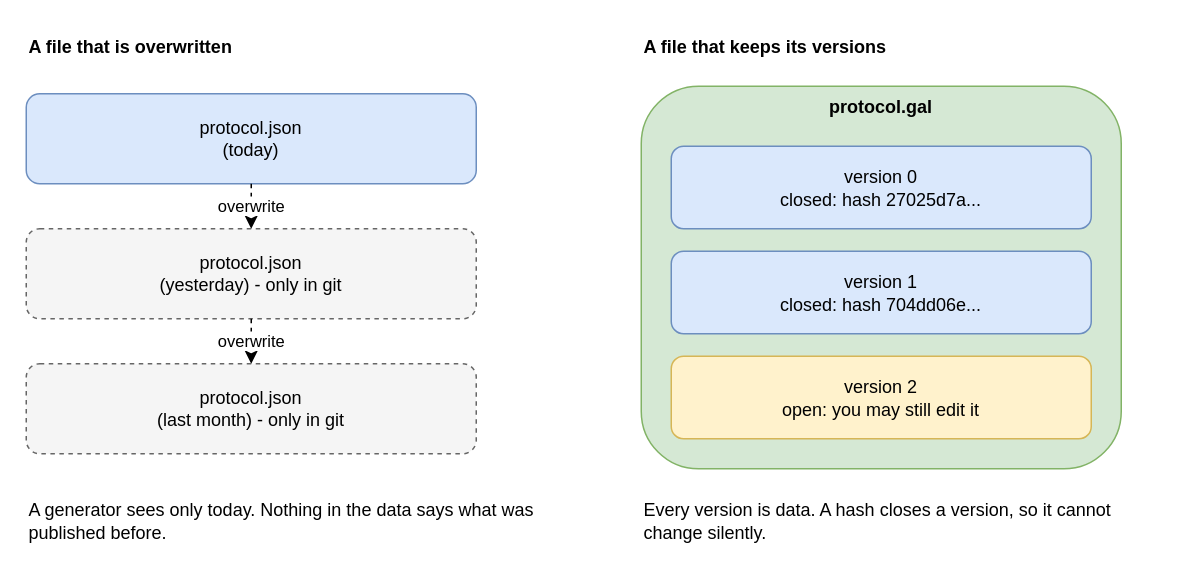
goloveshin/galimatron_doc keeps this draw.io diagram as drawio/02_history_in_data.drawio. Above is the earlier version. Source tidied: cells renumbered, new cells numbered last; positions are measured from the earlier drawing's top-left corner, leaving out a move shared by most shapes. Both pictures are drawn from the tidied source at 150%, with x=0, y=0 at pixel (26, 26).
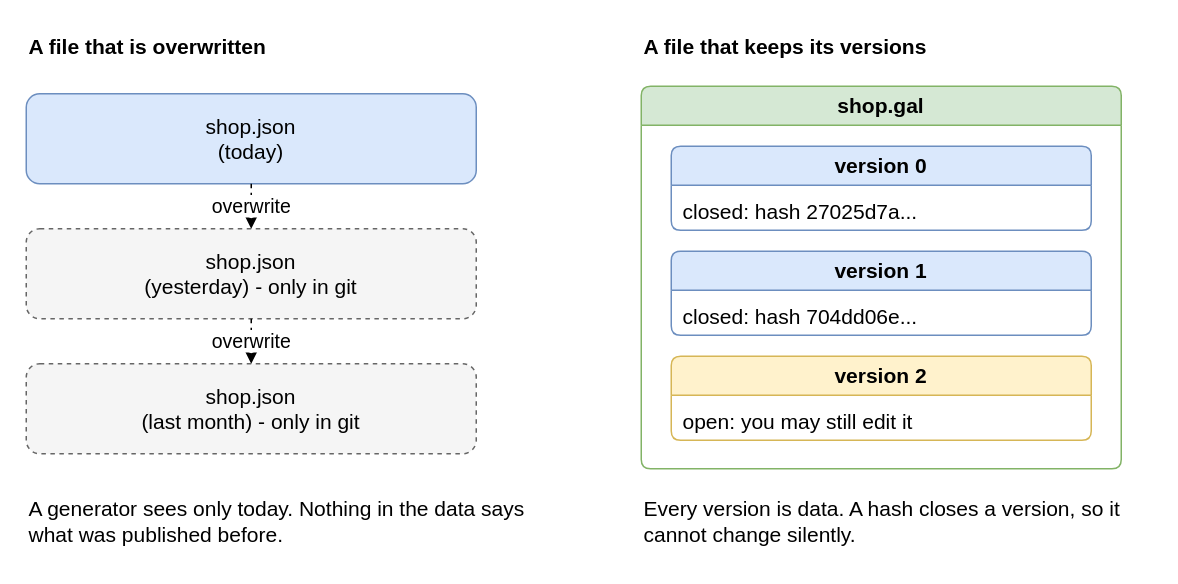
The same diagram, later.

The edit, as a diff of the source:
```diff
@@
 <mxGraphModel>
   <root>
     <mxCell id="0" />
     <mxCell id="1" parent="0" />
-    <mxCell id="2" value="A file that is overwritten" style="text;html=1;whiteSpace=wrap;verticalAlign=middle;align=left;fontStyle=1;" parent="1" vertex="1">
+    <mxCell id="2" value="A file that is overwritten" style="text;html=1;whiteSpace=wrap;verticalAlign=middle;align=left;fontStyle=1;fontSize=14;" parent="1" vertex="1">
       <mxGeometry width="340" height="28" as="geometry" />
     </mxCell>
-    <mxCell id="3" value="protocol.json&lt;br&gt;(today)" style="rounded=1;whiteSpace=wrap;html=1;fillColor=#dae8fc;strokeColor=#6c8ebf;" parent="1" vertex="1">
+    <mxCell id="3" value="shop.json&lt;br&gt;(today)" style="rounded=1;whiteSpace=wrap;html=1;fillColor=#dae8fc;strokeColor=#6c8ebf;fontSize=14;" parent="1" vertex="1">
       <mxGeometry y="45" width="300" height="60" as="geometry" />
     </mxCell>
-    <mxCell id="4" value="protocol.json&lt;br&gt;(yesterday)  - only in git" style="rounded=1;whiteSpace=wrap;html=1;fillColor=#f5f5f5;strokeColor=#666666;dashed=1;" parent="1" vertex="1">
+    <mxCell id="4" value="shop.json&lt;br&gt;(yesterday)  - only in git" style="rounded=1;whiteSpace=wrap;html=1;fillColor=#f5f5f5;strokeColor=#666666;dashed=1;fontSize=14;" parent="1" vertex="1">
       <mxGeometry y="135" width="300" height="60" as="geometry" />
     </mxCell>
-    <mxCell id="5" value="protocol.json&lt;br&gt;(last month)  - only in git" style="rounded=1;whiteSpace=wrap;html=1;fillColor=#f5f5f5;strokeColor=#666666;dashed=1;" parent="1" vertex="1">
+    <mxCell id="5" value="shop.json&lt;br&gt;(last month)  - only in git" style="rounded=1;whiteSpace=wrap;html=1;fillColor=#f5f5f5;strokeColor=#666666;dashed=1;fontSize=14;" parent="1" vertex="1">
       <mxGeometry y="225" width="300" height="60" as="geometry" />
     </mxCell>
-    <mxCell id="6" value="overwrite" style="endArrow=classic;html=1;labelBackgroundColor=#ffffff;edgeStyle=none;dashed=1;" parent="1" edge="1" source="3" target="4">
+    <mxCell id="6" value="overwrite" style="endArrow=classic;html=1;labelBackgroundColor=#ffffff;edgeStyle=none;dashed=1;fontSize=13;" parent="1" edge="1" source="3" target="4">
       <mxGeometry relative="1" as="geometry" />
     </mxCell>
-    <mxCell id="7" value="overwrite" style="endArrow=classic;html=1;labelBackgroundColor=#ffffff;edgeStyle=none;dashed=1;" parent="1" edge="1" source="4" target="5">
+    <mxCell id="7" value="overwrite" style="endArrow=classic;html=1;labelBackgroundColor=#ffffff;edgeStyle=none;dashed=1;fontSize=13;" parent="1" edge="1" source="4" target="5">
       <mxGeometry relative="1" as="geometry" />
     </mxCell>
-    <mxCell id="8" value="A generator sees only today. Nothing in the data says what was published before." style="text;html=1;whiteSpace=wrap;verticalAlign=middle;align=left;" parent="1" vertex="1">
+    <mxCell id="8" value="A generator sees only today. Nothing in the data says what was published before." style="text;html=1;whiteSpace=wrap;verticalAlign=middle;align=left;fontSize=14;" parent="1" vertex="1">
       <mxGeometry y="305" width="340" height="50" as="geometry" />
     </mxCell>
-    <mxCell id="9" value="A file that keeps its versions" style="text;html=1;whiteSpace=wrap;verticalAlign=middle;align=left;fontStyle=1;" parent="1" vertex="1">
+    <mxCell id="9" value="A file that keeps its versions" style="text;html=1;whiteSpace=wrap;verticalAlign=middle;align=left;fontStyle=1;fontSize=14;" parent="1" vertex="1">
       <mxGeometry x="410" width="340" height="28" as="geometry" />
     </mxCell>
-    <mxCell id="10" value="protocol.gal" style="rounded=1;whiteSpace=wrap;html=1;fillColor=#d5e8d4;strokeColor=#82b366;verticalAlign=top;fontStyle=1;" parent="1" vertex="1">
+    <mxCell id="10" value="shop.gal" style="swimlane;whiteSpace=wrap;html=1;rounded=1;arcSize=8;startSize=26;fillColor=#d5e8d4;strokeColor=#82b366;swimlaneFillColor=#ffffff;fontStyle=1;fontSize=14;align=center;" parent="1" vertex="1">
       <mxGeometry x="410" y="40" width="320" height="255" as="geometry" />
     </mxCell>
-    <mxCell id="11" value="version 0&lt;br&gt;closed: hash 27025d7a..." style="rounded=1;whiteSpace=wrap;html=1;fillColor=#dae8fc;strokeColor=#6c8ebf;" parent="1" vertex="1">
-      <mxGeometry x="430" y="80" width="280" height="55" as="geometry" />
+    <mxCell id="11" value="version 0" style="swimlane;whiteSpace=wrap;html=1;rounded=1;arcSize=8;startSize=26;fillColor=#dae8fc;strokeColor=#6c8ebf;swimlaneFillColor=#ffffff;fontStyle=1;fontSize=14;align=center;" parent="10" vertex="1">
+      <mxGeometry x="20" y="40" width="280" height="56" as="geometry" />
     </mxCell>
+    <mxCell id="15" value="closed: hash 27025d7a..." style="text;html=1;whiteSpace=wrap;verticalAlign=top;align=left;fontSize=14;spacingLeft=6;spacingRight=4;spacingTop=3;" parent="11" vertex="1">
+      <mxGeometry y="26" width="280" height="30" as="geometry" />
+    </mxCell>
-    <mxCell id="12" value="version 1&lt;br&gt;closed: hash 704dd06e..." style="rounded=1;whiteSpace=wrap;html=1;fillColor=#dae8fc;strokeColor=#6c8ebf;" parent="1" vertex="1">
-      <mxGeometry x="430" y="150" width="280" height="55" as="geometry" />
+    <mxCell id="12" value="version 1" style="swimlane;whiteSpace=wrap;html=1;rounded=1;arcSize=8;startSize=26;fillColor=#dae8fc;strokeColor=#6c8ebf;swimlaneFillColor=#ffffff;fontStyle=1;fontSize=14;align=center;" parent="10" vertex="1">
+      <mxGeometry x="20" y="110" width="280" height="56" as="geometry" />
     </mxCell>
+    <mxCell id="16" value="closed: hash 704dd06e..." style="text;html=1;whiteSpace=wrap;verticalAlign=top;align=left;fontSize=14;spacingLeft=6;spacingRight=4;spacingTop=3;" parent="12" vertex="1">
+      <mxGeometry y="26" width="280" height="30" as="geometry" />
+    </mxCell>
-    <mxCell id="13" value="version 2&lt;br&gt;open: you may still edit it" style="rounded=1;whiteSpace=wrap;html=1;fillColor=#fff2cc;strokeColor=#d6b656;" parent="1" vertex="1">
-      <mxGeometry x="430" y="220" width="280" height="55" as="geometry" />
+    <mxCell id="13" value="version 2" style="swimlane;whiteSpace=wrap;html=1;rounded=1;arcSize=8;startSize=26;fillColor=#fff2cc;strokeColor=#d6b656;swimlaneFillColor=#ffffff;fontStyle=1;fontSize=14;align=center;" parent="10" vertex="1">
+      <mxGeometry x="20" y="180" width="280" height="56" as="geometry" />
     </mxCell>
+    <mxCell id="17" value="open: you may still edit it" style="text;html=1;whiteSpace=wrap;verticalAlign=top;align=left;fontSize=14;spacingLeft=6;spacingRight=4;spacingTop=3;" parent="13" vertex="1">
+      <mxGeometry y="26" width="280" height="30" as="geometry" />
+    </mxCell>
-    <mxCell id="14" value="Every version is data. A hash closes a version, so it cannot change silently." style="text;html=1;whiteSpace=wrap;verticalAlign=middle;align=left;" parent="1" vertex="1">
+    <mxCell id="14" value="Every version is data. A hash closes a version, so it cannot change silently." style="text;html=1;whiteSpace=wrap;verticalAlign=middle;align=left;fontSize=14;" parent="1" vertex="1">
       <mxGeometry x="410" y="305" width="340" height="50" as="geometry" />
     </mxCell>
   </root>
 </mxGraphModel>
```
